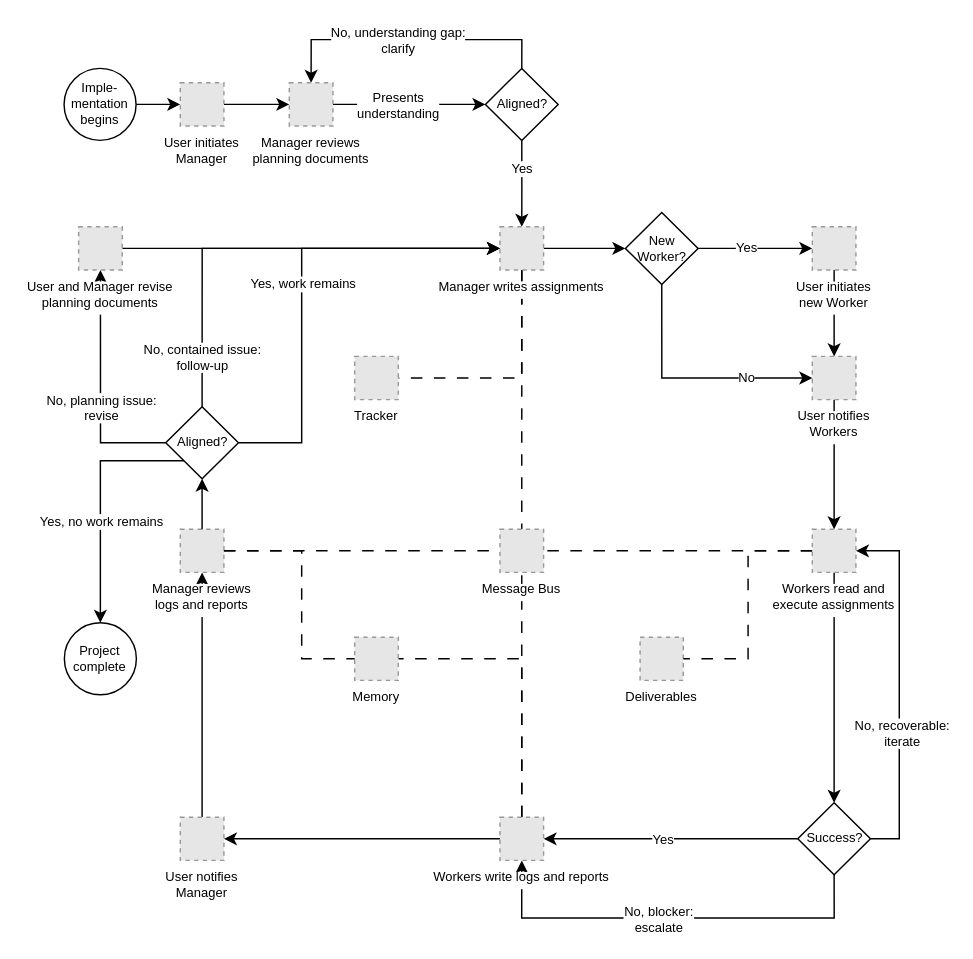
Above: diagrams/framework-design/implementation-phase-overview.drawio in sdi2200262/bsc-apm-thesis (draw.io), before the change. Source tidied: cells renumbered, new cells numbered last; positions are measured from the earlier drawing's top-left corner, leaving out a move shared by most shapes. Both pictures are drawn from the tidied source at 144%, with x=0, y=0 at pixel (63, 68). Pictures stored in the file or linked from it are replaced by grey dashed boxes.
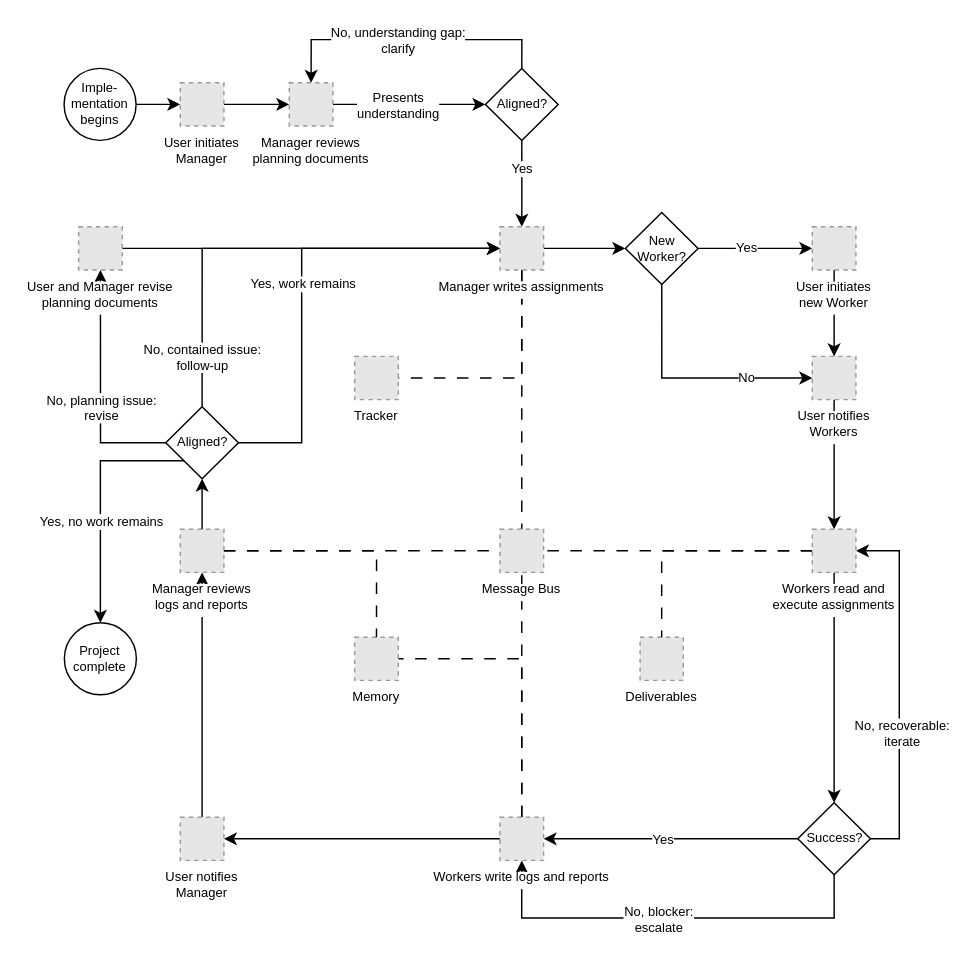
After the change.

Commit message (it also covers changes not shown here):
chore: attach implementation phase artefact connectors to node tops

Unchanged cells that the change refers to:
```xml
<mxCell id="2" style="group;fontSize=9;" parent="1" vertex="1">
  <mxGeometry width="560" height="590" as="geometry" />
</mxCell>
<mxCell id="18" value="Deliverables" style="fillColor=#E6E6E6;strokeColor=#999999;dashed=1;verticalLabelPosition=bottom;labelBackgroundColor=default;verticalAlign=top;fontSize=9;" parent="2" vertex="1">
  <mxGeometry x="400" y="395" width="30" height="30" as="geometry" />
</mxCell>
<mxCell id="19" value="Memory" style="fillColor=#E6E6E6;strokeColor=#999999;dashed=1;verticalLabelPosition=bottom;labelBackgroundColor=default;verticalAlign=top;fontSize=9;" parent="2" vertex="1">
  <mxGeometry x="201.8" y="395" width="30.3" height="30" as="geometry" />
</mxCell>
<mxCell id="22" value="Workers read and&#10;execute assignments" style="fillColor=#E6E6E6;strokeColor=#999999;dashed=1;verticalLabelPosition=bottom;labelBackgroundColor=default;verticalAlign=top;fontSize=9;" parent="2" vertex="1">
  <mxGeometry x="519.6" y="320" width="30.3" height="30" as="geometry" />
</mxCell>
<mxCell id="23" value="Manager reviews&#10;logs and reports" style="fillColor=#E6E6E6;strokeColor=#999999;dashed=1;verticalLabelPosition=bottom;labelBackgroundColor=default;verticalAlign=top;fontSize=9;" parent="2" vertex="1">
  <mxGeometry x="80.7" y="320" width="30.3" height="30" as="geometry" />
</mxCell>
```

What changed in the source:
```diff
@@
-    <mxCell id="21" style="edgeStyle=orthogonalEdgeStyle;rounded=0;jettySize=auto;html=1;exitX=0;exitY=0.5;exitDx=0;exitDy=0;entryX=1;entryY=0.5;entryDx=0;entryDy=0;startArrow=none;startFill=0;endArrow=none;endFill=0;dashed=1;dashPattern=8 8;fontSize=9;" parent="2" edge="1" source="22" target="18">
-      <mxGeometry relative="1" as="geometry">
-        <Array as="points">
-          <mxPoint x="475" y="335" />
-          <mxPoint x="475" y="410" />
-        </Array>
-      </mxGeometry>
+    <mxCell id="21" style="edgeStyle=orthogonalEdgeStyle;rounded=0;jettySize=auto;html=1;exitX=0;exitY=0.5;exitDx=0;exitDy=0;entryX=0.5;entryY=0;entryDx=0;entryDy=0;startArrow=none;startFill=0;endArrow=none;endFill=0;dashed=1;dashPattern=8 8;fontSize=9;" parent="2" edge="1" source="22" target="18">
+      <mxGeometry relative="1" as="geometry" />
     </mxCell>
@@
-    <mxCell id="24" style="edgeStyle=orthogonalEdgeStyle;rounded=0;jettySize=auto;html=1;exitX=1;exitY=0.5;exitDx=0;exitDy=0;entryX=0;entryY=0.5;entryDx=0;entryDy=0;dashed=1;dashPattern=8 8;startArrow=none;startFill=0;endArrow=none;endFill=0;fontSize=9;" parent="2" edge="1" source="23" target="19">
-      <mxGeometry relative="1" as="geometry">
-        <Array as="points">
-          <mxPoint x="165" y="335" />
-          <mxPoint x="165" y="410" />
-        </Array>
-      </mxGeometry>
+    <mxCell id="24" style="edgeStyle=orthogonalEdgeStyle;rounded=0;jettySize=auto;html=1;exitX=1;exitY=0.5;exitDx=0;exitDy=0;entryX=0.5;entryY=0;entryDx=0;entryDy=0;dashed=1;dashPattern=8 8;startArrow=none;startFill=0;endArrow=none;endFill=0;fontSize=9;" parent="2" edge="1" source="23" target="19">
+      <mxGeometry relative="1" as="geometry" />
     </mxCell>
```
